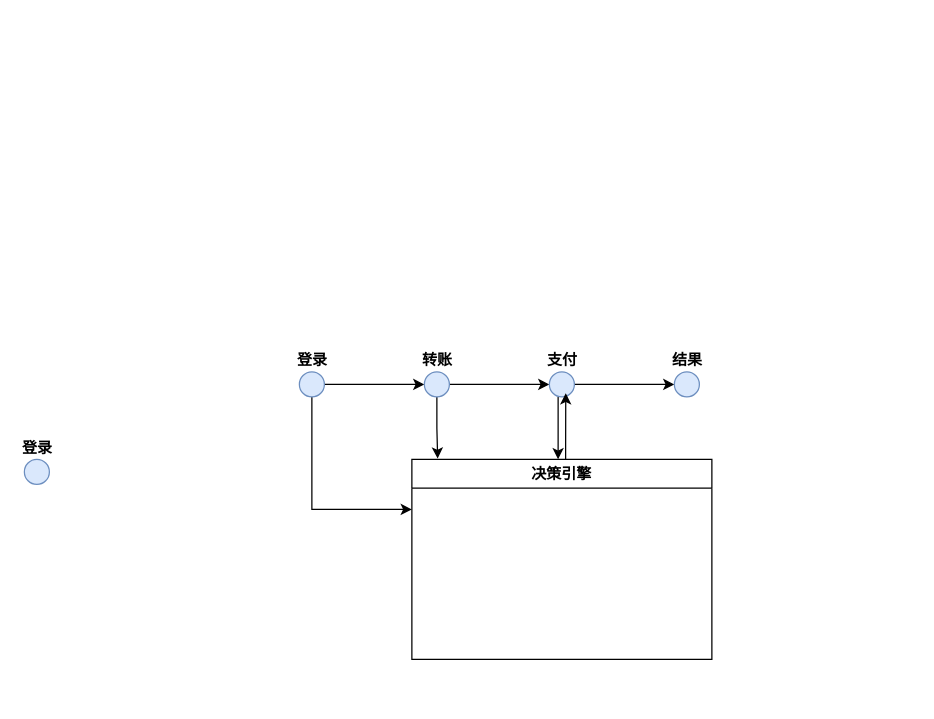
Before: 未命名绘图.drawio in JackyMoto/risk_antifrud, a draw.io diagram. Source tidied: cells renumbered, new cells numbered last; positions are measured from the earlier drawing's top-left corner, leaving out a move shared by most shapes. Both pictures are drawn from the tidied source at 125%, with x=0, y=0 at pixel (24, 371).
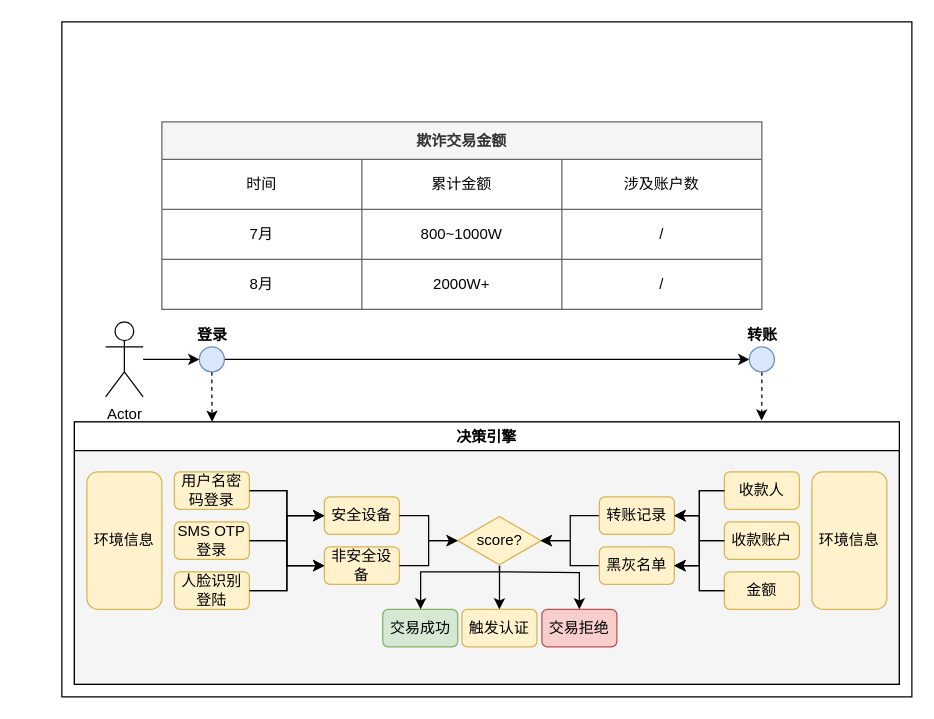
The same diagram, later.

Commit message (it also covers changes not shown here):
更新未命名绘图.drawio

What changed in the source:
```diff
@@
+    <mxCell id="15" style="rounded=0;whiteSpace=wrap;html=1;" parent="1" vertex="1">
+      <mxGeometry x="30" y="-280" width="680" height="540" as="geometry" />
+    </mxCell>
-    <mxCell id="2" style="edgeStyle=orthogonalEdgeStyle;rounded=0;jettySize=auto;html=1;" parent="1" edge="1" source="4" target="7">
+    <mxCell id="2" style="edgeStyle=orthogonalEdgeStyle;rounded=0;jettySize=auto;html=1;entryX=0;entryY=0.5;entryDx=0;entryDy=0;" parent="1" edge="1" source="4" target="10">
       <mxGeometry relative="1" as="geometry" />
     </mxCell>
-    <mxCell id="3" style="edgeStyle=orthogonalEdgeStyle;rounded=0;jettySize=auto;html=1;entryX=0;entryY=0.25;entryDx=0;entryDy=0;exitX=0.5;exitY=1;exitDx=0;exitDy=0;" parent="1" edge="1" source="4" target="13">
-      <mxGeometry relative="1" as="geometry">
-        <Array as="points">
-          <mxPoint x="230" y="110" />
-        </Array>
-      </mxGeometry>
+    <mxCell id="3" style="edgeStyle=orthogonalEdgeStyle;rounded=0;jettySize=auto;html=1;entryX=0.167;entryY=0;entryDx=0;entryDy=0;entryPerimeter=0;dashed=1;" parent="1" edge="1" source="4" target="13">
+      <mxGeometry relative="1" as="geometry" />
     </mxCell>
     <mxCell id="4" value="&lt;b&gt;登录&lt;/b&gt;" style="ellipse;html=1;verticalAlign=bottom;labelPosition=center;verticalLabelPosition=top;align=center;fillColor=#dae8fc;strokeColor=#6c8ebf;" parent="1" vertex="1">
-      <mxGeometry x="220" width="20" height="20" as="geometry" />
+      <mxGeometry x="140" y="-20" width="20" height="20" as="geometry" />
     </mxCell>
-    <mxCell id="5" style="edgeStyle=orthogonalEdgeStyle;rounded=0;jettySize=auto;html=1;" parent="1" edge="1" source="7" target="10">
-      <mxGeometry relative="1" as="geometry" />
-    </mxCell>
-    <mxCell id="6" style="edgeStyle=orthogonalEdgeStyle;rounded=0;jettySize=auto;html=1;entryX=0.086;entryY=-0.004;entryDx=0;entryDy=0;entryPerimeter=0;" parent="1" edge="1" source="7" target="13">
-      <mxGeometry relative="1" as="geometry" />
-    </mxCell>
-    <mxCell id="7" value="&lt;b&gt;转账&lt;/b&gt;" style="ellipse;html=1;verticalAlign=bottom;labelPosition=center;verticalLabelPosition=top;align=center;fillColor=#dae8fc;strokeColor=#6c8ebf;" parent="1" vertex="1">
-      <mxGeometry x="320" width="20" height="20" as="geometry" />
-    </mxCell>
-    <mxCell id="8" style="edgeStyle=orthogonalEdgeStyle;rounded=0;jettySize=auto;html=1;" parent="1" edge="1" source="10" target="11">
-      <mxGeometry relative="1" as="geometry" />
-    </mxCell>
-    <mxCell id="9" style="edgeStyle=orthogonalEdgeStyle;rounded=0;orthogonalLoop=1;jettySize=auto;html=1;entryX=0.5;entryY=0;entryDx=0;entryDy=0;" parent="1" edge="1">
-      <mxGeometry relative="1" as="geometry">
-        <mxPoint x="427" y="20" as="sourcePoint" />
-        <mxPoint x="427" y="70" as="targetPoint" />
-      </mxGeometry>
-    </mxCell>
+    <mxCell id="16" style="edgeStyle=orthogonalEdgeStyle;rounded=0;jettySize=auto;html=1;entryX=0.833;entryY=-0.005;entryDx=0;entryDy=0;entryPerimeter=0;dashed=1;" parent="1" edge="1" source="10" target="13">
+      <mxGeometry relative="1" as="geometry" />
+    </mxCell>
-    <mxCell id="10" value="&lt;b&gt;支付&lt;/b&gt;" style="ellipse;html=1;verticalAlign=bottom;labelPosition=center;verticalLabelPosition=top;align=center;fillColor=#dae8fc;strokeColor=#6c8ebf;" parent="1" vertex="1">
-      <mxGeometry x="420" width="20" height="20" as="geometry" />
+    <mxCell id="10" value="&lt;b&gt;转账&lt;/b&gt;" style="ellipse;html=1;verticalAlign=bottom;labelPosition=center;verticalLabelPosition=top;align=center;fillColor=#dae8fc;strokeColor=#6c8ebf;" parent="1" vertex="1">
+      <mxGeometry x="580" y="-20" width="20" height="20" as="geometry" />
     </mxCell>
-    <mxCell id="11" value="&lt;b&gt;结果&lt;/b&gt;" style="ellipse;html=1;verticalAlign=bottom;labelPosition=center;verticalLabelPosition=top;align=center;fillColor=#dae8fc;strokeColor=#6c8ebf;" parent="1" vertex="1">
-      <mxGeometry x="520" width="20" height="20" as="geometry" />
-    </mxCell>
-    <mxCell id="12" style="edgeStyle=orthogonalEdgeStyle;rounded=0;orthogonalLoop=1;jettySize=auto;html=1;entryX=1;entryY=1;entryDx=0;entryDy=0;" parent="1" edge="1">
-      <mxGeometry relative="1" as="geometry">
-        <mxPoint x="433" y="70" as="sourcePoint" />
-        <mxPoint x="433.1" y="17.1" as="targetPoint" />
-        <Array as="points">
-          <mxPoint x="433" y="60" />
-          <mxPoint x="433" y="60" />
-        </Array>
-      </mxGeometry>
-    </mxCell>
+    <mxCell id="17" style="edgeStyle=orthogonalEdgeStyle;rounded=0;jettySize=auto;html=1;entryX=0;entryY=0.5;entryDx=0;entryDy=0;" parent="1" edge="1" source="18" target="4">
+      <mxGeometry relative="1" as="geometry" />
+    </mxCell>
+    <mxCell id="18" value="Actor" style="shape=umlActor;verticalLabelPosition=bottom;verticalAlign=top;html=1;outlineConnect=0;" parent="1" vertex="1">
+      <mxGeometry x="65" y="-40" width="30" height="60" as="geometry" />
+    </mxCell>
+    <mxCell id="19" value="欺诈交易金额" style="shape=table;startSize=30;childLayout=tableLayout;fontStyle=1;align=center;fillColor=#f5f5f5;fontColor=#333333;strokeColor=#666666;" parent="1" vertex="1">
+      <mxGeometry x="110" y="-200" width="480" height="150" as="geometry" />
+    </mxCell>
+    <mxCell id="20" style="shape=tableRow;horizontal=0;startSize=0;swimlaneHead=0;swimlaneBody=0;top=0;left=0;bottom=0;right=0;fillColor=none;" parent="19" vertex="1">
+      <mxGeometry y="30" width="480" height="40" as="geometry" />
+    </mxCell>
+    <mxCell id="21" value="时间" style="shape=partialRectangle;html=1;whiteSpace=wrap;fillColor=none;top=0;left=0;bottom=0;right=0;overflow=hidden;" parent="20" vertex="1">
+      <mxGeometry width="160" height="40" as="geometry" />
+    </mxCell>
+    <mxCell id="22" value="累计金额" style="shape=partialRectangle;html=1;whiteSpace=wrap;fillColor=none;top=0;left=0;bottom=0;right=0;overflow=hidden;" parent="20" vertex="1">
+      <mxGeometry x="160" width="160" height="40" as="geometry" />
+    </mxCell>
+    <mxCell id="23" value="涉及账户数" style="shape=partialRectangle;html=1;whiteSpace=wrap;fillColor=none;top=0;left=0;bottom=0;right=0;overflow=hidden;" parent="20" vertex="1">
+      <mxGeometry x="320" width="160" height="40" as="geometry" />
+    </mxCell>
+    <mxCell id="24" style="shape=tableRow;horizontal=0;startSize=0;swimlaneHead=0;swimlaneBody=0;top=0;left=0;bottom=0;right=0;fillColor=none;" parent="19" vertex="1">
+      <mxGeometry y="70" width="480" height="40" as="geometry" />
+    </mxCell>
+    <mxCell id="25" value="7月" style="shape=partialRectangle;html=1;whiteSpace=wrap;fillColor=none;top=0;left=0;bottom=0;right=0;overflow=hidden;" parent="24" vertex="1">
+      <mxGeometry width="160" height="40" as="geometry" />
+    </mxCell>
+    <mxCell id="26" value="800~1000W" style="shape=partialRectangle;html=1;whiteSpace=wrap;fillColor=none;top=0;left=0;bottom=0;right=0;overflow=hidden;" parent="24" vertex="1">
+      <mxGeometry x="160" width="160" height="40" as="geometry" />
+    </mxCell>
+    <mxCell id="27" value="/" style="shape=partialRectangle;html=1;whiteSpace=wrap;fillColor=none;top=0;left=0;bottom=0;right=0;overflow=hidden;" parent="24" vertex="1">
+      <mxGeometry x="320" width="160" height="40" as="geometry" />
+    </mxCell>
+    <mxCell id="28" style="shape=tableRow;horizontal=0;startSize=0;swimlaneHead=0;swimlaneBody=0;top=0;left=0;bottom=0;right=0;fillColor=none;" parent="19" vertex="1">
+      <mxGeometry y="110" width="480" height="40" as="geometry" />
+    </mxCell>
+    <mxCell id="29" value="8月" style="shape=partialRectangle;html=1;whiteSpace=wrap;fillColor=none;top=0;left=0;bottom=0;right=0;overflow=hidden;" parent="28" vertex="1">
+      <mxGeometry width="160" height="40" as="geometry" />
+    </mxCell>
+    <mxCell id="30" value="2000W+" style="shape=partialRectangle;html=1;whiteSpace=wrap;fillColor=none;top=0;left=0;bottom=0;right=0;overflow=hidden;" parent="28" vertex="1">
+      <mxGeometry x="160" width="160" height="40" as="geometry" />
+    </mxCell>
+    <mxCell id="31" value="/" style="shape=partialRectangle;html=1;whiteSpace=wrap;fillColor=none;top=0;left=0;bottom=0;right=0;overflow=hidden;" parent="28" vertex="1">
+      <mxGeometry x="320" width="160" height="40" as="geometry" />
+    </mxCell>
+    <mxCell id="32" style="group;fillColor=#f5f5f5;fontColor=#333333;strokeColor=#666666;" parent="1" vertex="1">
+      <mxGeometry x="40" y="40" width="660" height="210" as="geometry" />
+    </mxCell>
     <mxCell id="13" value="决策引擎" style="swimlane;" parent="1" vertex="1">
-      <mxGeometry x="310" y="70" width="240" height="160" as="geometry" />
+      <mxGeometry x="40" y="40" width="660" height="210" as="geometry" />
     </mxCell>
-    <mxCell id="14" value="&lt;b&gt;登录&lt;/b&gt;" style="ellipse;html=1;verticalAlign=bottom;labelPosition=center;verticalLabelPosition=top;align=center;fillColor=#dae8fc;strokeColor=#6c8ebf;" parent="1" vertex="1">
-      <mxGeometry y="70" width="20" height="20" as="geometry" />
-    </mxCell>
+    <mxCell id="33" value="触发认证" style="rounded=1;whiteSpace=wrap;html=1;fillColor=#fff2cc;strokeColor=#d6b656;" parent="13" vertex="1">
+      <mxGeometry x="310" y="150" width="60" height="30" as="geometry" />
+    </mxCell>
+    <mxCell id="34" value="安全设备&lt;br&gt;" style="rounded=1;whiteSpace=wrap;html=1;fillColor=#fff2cc;strokeColor=#d6b656;" parent="1" vertex="1">
+      <mxGeometry x="240" y="100" width="60" height="30" as="geometry" />
+    </mxCell>
+    <mxCell id="35" style="edgeStyle=orthogonalEdgeStyle;rounded=0;jettySize=auto;html=1;entryX=0;entryY=0.5;entryDx=0;entryDy=0;" parent="1" edge="1" source="36" target="34">
+      <mxGeometry relative="1" as="geometry" />
+    </mxCell>
+    <mxCell id="36" value="SMS OTP登录" style="rounded=1;whiteSpace=wrap;html=1;fillColor=#fff2cc;strokeColor=#d6b656;" parent="1" vertex="1">
+      <mxGeometry x="120" y="120" width="60" height="30" as="geometry" />
+    </mxCell>
+    <mxCell id="37" style="edgeStyle=orthogonalEdgeStyle;rounded=0;jettySize=auto;html=1;entryX=0;entryY=0.5;entryDx=0;entryDy=0;" parent="1" edge="1" source="38" target="34">
+      <mxGeometry relative="1" as="geometry">
+        <Array as="points">
+          <mxPoint x="210" y="175" />
+          <mxPoint x="210" y="115" />
+        </Array>
+      </mxGeometry>
+    </mxCell>
+    <mxCell id="38" value="人脸识别登陆" style="rounded=1;whiteSpace=wrap;html=1;fillColor=#fff2cc;strokeColor=#d6b656;" parent="1" vertex="1">
+      <mxGeometry x="120" y="160" width="60" height="30" as="geometry" />
+    </mxCell>
+    <mxCell id="39" style="edgeStyle=orthogonalEdgeStyle;rounded=0;jettySize=auto;html=1;entryX=0;entryY=0.5;entryDx=0;entryDy=0;" parent="1" edge="1" source="40" target="34">
+      <mxGeometry relative="1" as="geometry" />
+    </mxCell>
+    <mxCell id="40" value="用户名密码登录" style="rounded=1;whiteSpace=wrap;html=1;fillColor=#fff2cc;strokeColor=#d6b656;" parent="1" vertex="1">
+      <mxGeometry x="120" y="80" width="60" height="30" as="geometry" />
+    </mxCell>
+    <mxCell id="41" value="非安全设备" style="rounded=1;whiteSpace=wrap;html=1;fillColor=#fff2cc;strokeColor=#d6b656;" parent="1" vertex="1">
+      <mxGeometry x="240" y="140" width="60" height="30" as="geometry" />
+    </mxCell>
+    <mxCell id="42" style="edgeStyle=orthogonalEdgeStyle;rounded=0;jettySize=auto;html=1;" parent="1" edge="1" source="36" target="41">
+      <mxGeometry relative="1" as="geometry" />
+    </mxCell>
+    <mxCell id="43" style="edgeStyle=orthogonalEdgeStyle;rounded=0;jettySize=auto;html=1;entryX=0;entryY=0.5;entryDx=0;entryDy=0;" parent="1" edge="1" source="38" target="41">
+      <mxGeometry relative="1" as="geometry" />
+    </mxCell>
+    <mxCell id="44" style="edgeStyle=orthogonalEdgeStyle;rounded=0;jettySize=auto;html=1;entryX=0;entryY=0.5;entryDx=0;entryDy=0;" parent="1" edge="1" source="40" target="41">
+      <mxGeometry relative="1" as="geometry" />
+    </mxCell>
+    <mxCell id="45" value="交易拒绝" style="rounded=1;whiteSpace=wrap;html=1;fillColor=#f8cecc;strokeColor=#b85450;" parent="1" vertex="1">
+      <mxGeometry x="414" y="190" width="60" height="30" as="geometry" />
+    </mxCell>
+    <mxCell id="46" value="交易成功" style="rounded=1;whiteSpace=wrap;html=1;fillColor=#d5e8d4;strokeColor=#82b366;" parent="1" vertex="1">
+      <mxGeometry x="286.7" y="190" width="60" height="30" as="geometry" />
+    </mxCell>
+    <mxCell id="47" style="edgeStyle=orthogonalEdgeStyle;rounded=0;jettySize=auto;html=1;entryX=0.5;entryY=0;entryDx=0;entryDy=0;" parent="1" edge="1" source="50" target="33">
+      <mxGeometry relative="1" as="geometry" />
+    </mxCell>
+    <mxCell id="48" style="edgeStyle=orthogonalEdgeStyle;rounded=0;jettySize=auto;html=1;" parent="1" edge="1" source="50" target="46">
+      <mxGeometry relative="1" as="geometry">
+        <Array as="points">
+          <mxPoint x="380" y="160" />
+          <mxPoint x="317" y="160" />
+        </Array>
+      </mxGeometry>
+    </mxCell>
+    <mxCell id="49" style="edgeStyle=orthogonalEdgeStyle;rounded=0;jettySize=auto;html=1;" parent="1" edge="1" target="45">
+      <mxGeometry relative="1" as="geometry">
+        <mxPoint x="380" y="160" as="sourcePoint" />
+      </mxGeometry>
+    </mxCell>
+    <mxCell id="50" value="score?" style="html=1;whiteSpace=wrap;shape=isoRectangle;fillColor=#fff2cc;strokeColor=#d6b656;" parent="1" vertex="1">
+      <mxGeometry x="346.7" y="115" width="66.7" height="40" as="geometry" />
+    </mxCell>
+    <mxCell id="51" style="edgeStyle=orthogonalEdgeStyle;rounded=0;jettySize=auto;html=1;" parent="1" edge="1" source="34" target="50">
+      <mxGeometry relative="1" as="geometry" />
+    </mxCell>
+    <mxCell id="52" style="edgeStyle=orthogonalEdgeStyle;rounded=0;jettySize=auto;html=1;" parent="1" edge="1" source="41" target="50">
+      <mxGeometry relative="1" as="geometry" />
+    </mxCell>
+    <mxCell id="53" value="环境信息" style="rounded=1;whiteSpace=wrap;html=1;fillColor=#fff2cc;strokeColor=#d6b656;" parent="1" vertex="1">
+      <mxGeometry x="50" y="80" width="60" height="110" as="geometry" />
+    </mxCell>
+    <mxCell id="54" value="环境信息" style="rounded=1;whiteSpace=wrap;html=1;fillColor=#fff2cc;strokeColor=#d6b656;" parent="1" vertex="1">
+      <mxGeometry x="630" y="80" width="60" height="110" as="geometry" />
+    </mxCell>
+    <mxCell id="55" value="收款人" style="rounded=1;whiteSpace=wrap;html=1;fillColor=#fff2cc;strokeColor=#d6b656;" parent="1" vertex="1">
+      <mxGeometry x="560" y="80" width="60" height="30" as="geometry" />
+    </mxCell>
+    <mxCell id="56" value="收款账户" style="rounded=1;whiteSpace=wrap;html=1;fillColor=#fff2cc;strokeColor=#d6b656;" parent="1" vertex="1">
+      <mxGeometry x="560" y="120" width="60" height="30" as="geometry" />
+    </mxCell>
+    <mxCell id="57" value="金额" style="rounded=1;whiteSpace=wrap;html=1;fillColor=#fff2cc;strokeColor=#d6b656;" parent="1" vertex="1">
+      <mxGeometry x="560" y="160" width="60" height="30" as="geometry" />
+    </mxCell>
+    <mxCell id="58" style="edgeStyle=orthogonalEdgeStyle;rounded=0;jettySize=auto;html=1;entryX=0.995;entryY=0.5;entryDx=0;entryDy=0;entryPerimeter=0;" parent="1" edge="1" source="59" target="50">
+      <mxGeometry relative="1" as="geometry" />
+    </mxCell>
+    <mxCell id="59" value="转账记录" style="rounded=1;whiteSpace=wrap;html=1;fillColor=#fff2cc;strokeColor=#d6b656;" parent="1" vertex="1">
+      <mxGeometry x="460" y="100" width="60" height="30" as="geometry" />
+    </mxCell>
+    <mxCell id="60" style="edgeStyle=orthogonalEdgeStyle;rounded=0;jettySize=auto;html=1;entryX=1;entryY=0.5;entryDx=0;entryDy=0;" parent="1" edge="1" source="55" target="59">
+      <mxGeometry relative="1" as="geometry" />
+    </mxCell>
+    <mxCell id="61" style="edgeStyle=orthogonalEdgeStyle;rounded=0;jettySize=auto;html=1;entryX=1;entryY=0.5;entryDx=0;entryDy=0;" parent="1" edge="1" source="56" target="59">
+      <mxGeometry relative="1" as="geometry" />
+    </mxCell>
+    <mxCell id="62" style="edgeStyle=orthogonalEdgeStyle;rounded=0;jettySize=auto;html=1;entryX=1;entryY=0.5;entryDx=0;entryDy=0;" parent="1" edge="1" source="57" target="59">
+      <mxGeometry relative="1" as="geometry" />
+    </mxCell>
+    <mxCell id="63" style="edgeStyle=orthogonalEdgeStyle;rounded=0;jettySize=auto;html=1;entryX=0.995;entryY=0.5;entryDx=0;entryDy=0;entryPerimeter=0;" parent="1" edge="1" source="64" target="50">
+      <mxGeometry relative="1" as="geometry" />
+    </mxCell>
+    <mxCell id="64" value="黑灰名单" style="rounded=1;whiteSpace=wrap;html=1;fillColor=#fff2cc;strokeColor=#d6b656;" parent="1" vertex="1">
+      <mxGeometry x="460" y="140" width="60" height="30" as="geometry" />
+    </mxCell>
+    <mxCell id="65" style="edgeStyle=orthogonalEdgeStyle;rounded=0;jettySize=auto;html=1;entryX=1;entryY=0.5;entryDx=0;entryDy=0;" parent="1" edge="1" source="55" target="64">
+      <mxGeometry relative="1" as="geometry" />
+    </mxCell>
+    <mxCell id="66" style="edgeStyle=orthogonalEdgeStyle;rounded=0;jettySize=auto;html=1;entryX=1;entryY=0.5;entryDx=0;entryDy=0;" parent="1" edge="1" source="56" target="64">
+      <mxGeometry relative="1" as="geometry" />
+    </mxCell>
+    <mxCell id="67" style="edgeStyle=orthogonalEdgeStyle;rounded=0;jettySize=auto;html=1;entryX=1;entryY=0.5;entryDx=0;entryDy=0;" parent="1" edge="1" source="57" target="64">
+      <mxGeometry relative="1" as="geometry" />
+    </mxCell>
```
